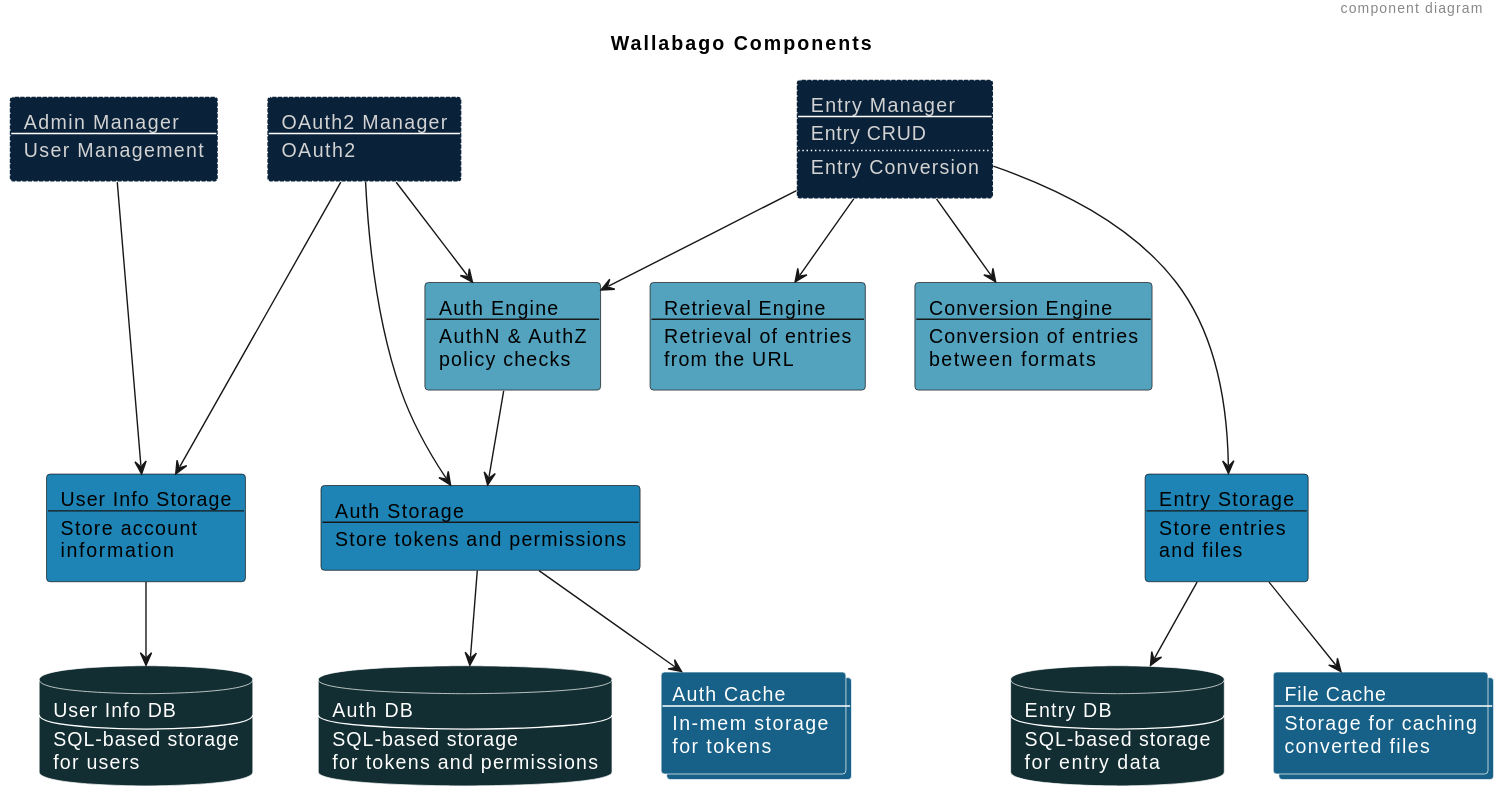
This is docs/diagrams/dist/architecture-components.svg from xomiachuna/wallabago, a PlantUML export, as it was before one commit.
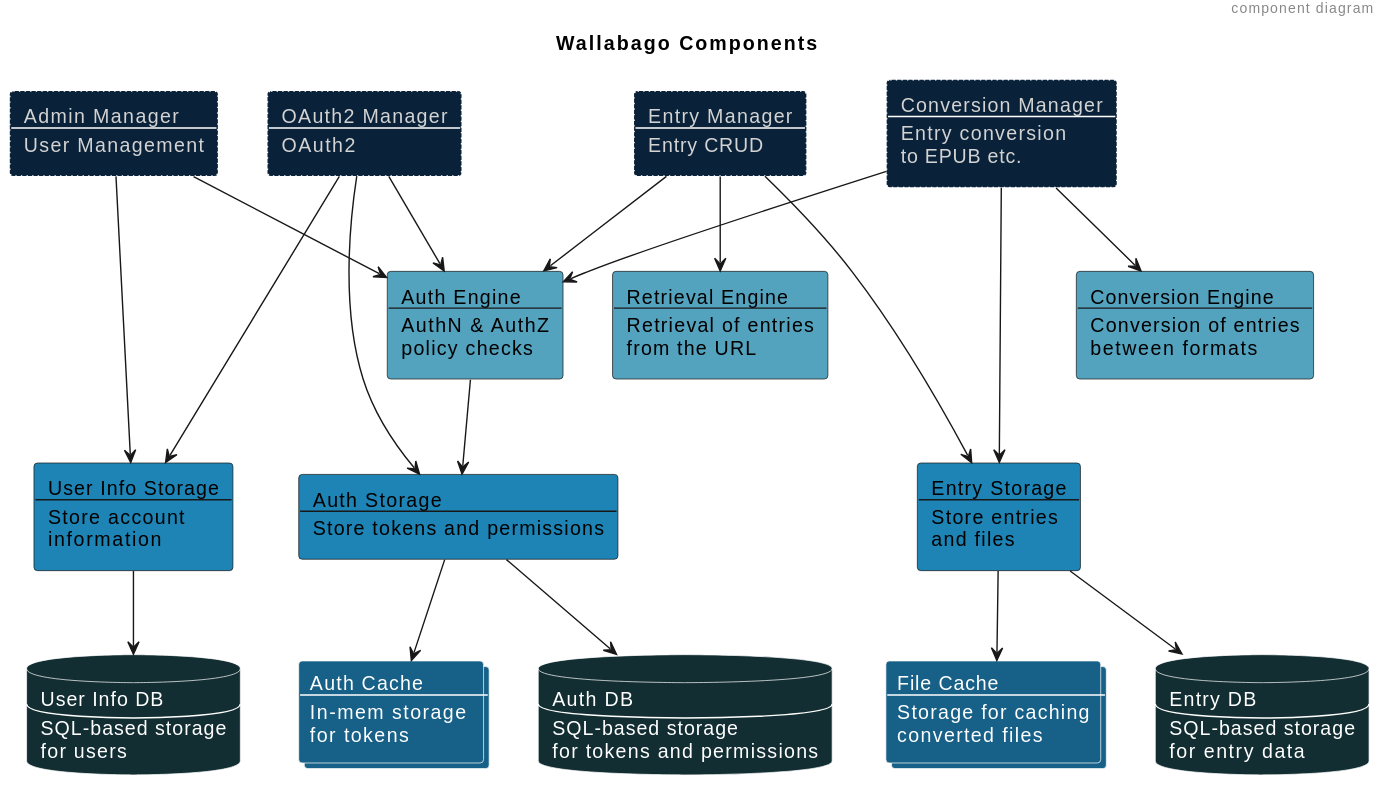
The same file after the commit.

Commit message:
docs: Improve architecture components diagram

What changed in the source:
```diff
@@ -51,8 +51,13 @@
     Entry Manager
     ----
     Entry CRUD
-    ....
-    Entry Conversion
+]
+
+rectangle ConversionManager #$Manager [
+    Conversion Manager
+    ----
+    Entry conversion
+    to EPUB etc.
 ]
 
 rectangle RetrievalEngine #$Engine [
@@ -112,15 +117,17 @@
 AuthStorage --> AuthDB
 AuthStorage --> AuthCache
 
+EntryManager --> AuthEngine
+EntryManager --> RetrievalEngine
 EntryManager ---> EntryStorage
-EntryManager --> RetrievalEngine
-EntryManager --> ConversionEngine
 
+ConversionManager --> ConversionEngine
+ConversionManager --> AuthEngine
+ConversionManager ---> EntryStorage
 
 EntryStorage --> EntriesFileCache
 EntryStorage --> EntriesDB
 
-EntryManager --> AuthEngine
-
+AdminManager --> AuthEngine
 AdminManager ---> UserInfoStorage
 @enduml
```
